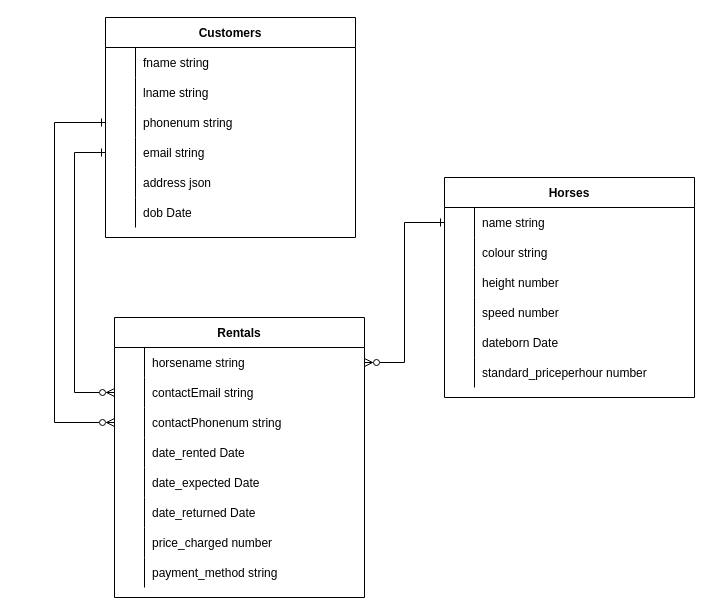
Above: erd.drawio in yashwantbist/DBS311 (draw.io), before the change. Source tidied: cells renumbered, new cells numbered last; positions are measured from the earlier drawing's top-left corner, leaving out a move shared by most shapes. Both pictures are drawn from the tidied source at 100%, with x=0, y=0 at pixel (54, 17).
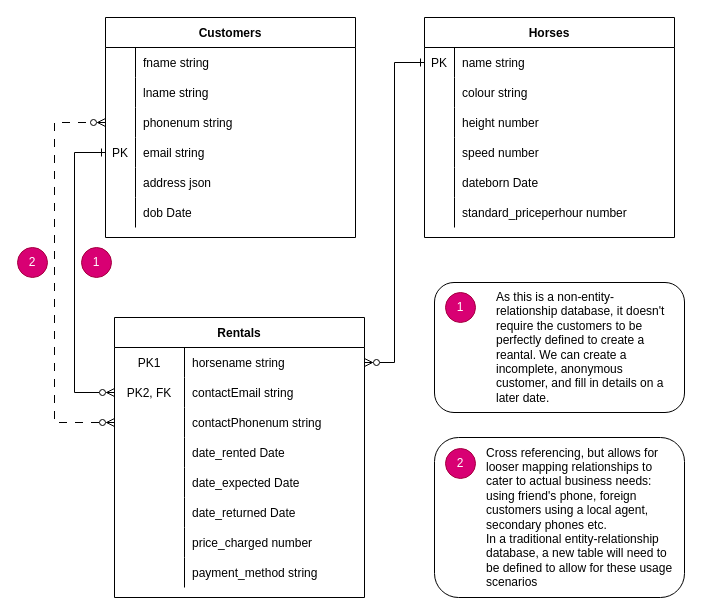
Above is the later version.

The change refers to these unchanged cells:
```xml
<mxCell id="3" style="shape=partialRectangle;fillColor=none;points=[[0,0.5],[1,0.5]];portConstraint=eastwest;top=0;left=0;right=0;bottom=0;" parent="2" vertex="1">
  <mxGeometry y="30" width="250" height="30" as="geometry" />
</mxCell>
<mxCell id="6" style="shape=partialRectangle;fillColor=none;points=[[0,0.5],[1,0.5]];portConstraint=eastwest;top=0;left=0;right=0;bottom=0;" parent="2" vertex="1">
  <mxGeometry y="60" width="250" height="30" as="geometry" />
</mxCell>
<mxCell id="9" style="shape=tableRow;horizontal=0;startSize=0;swimlaneHead=0;swimlaneBody=0;fillColor=none;points=[[0,0.5],[1,0.5]];portConstraint=eastwest;top=0;left=0;right=0;bottom=0;" parent="2" vertex="1">
  <mxGeometry y="90" width="250" height="30" as="geometry" />
</mxCell>
<mxCell id="12" style="shape=tableRow;horizontal=0;startSize=0;swimlaneHead=0;swimlaneBody=0;fillColor=none;top=0;left=0;right=0;bottom=0;" parent="2" vertex="1">
  <mxGeometry y="120" width="250" height="30" as="geometry" />
</mxCell>
<mxCell id="15" style="shape=tableRow;horizontal=0;startSize=0;swimlaneHead=0;swimlaneBody=0;fillColor=none;top=0;left=0;right=0;bottom=0;" parent="2" vertex="1">
  <mxGeometry y="150" width="250" height="30" as="geometry" />
</mxCell>
<mxCell id="18" style="shape=tableRow;horizontal=0;startSize=0;swimlaneHead=0;swimlaneBody=0;fillColor=none;top=0;left=0;right=0;bottom=0;" parent="2" vertex="1">
  <mxGeometry y="180" width="250" height="30" as="geometry" />
</mxCell>
<mxCell id="21" style="shape=tableRow;horizontal=0;startSize=0;swimlaneHead=0;swimlaneBody=0;fillColor=none;top=0;left=0;right=0;bottom=0;" parent="2" vertex="1">
  <mxGeometry y="210" width="250" height="30" as="geometry" />
</mxCell>
<mxCell id="24" style="shape=tableRow;horizontal=0;startSize=0;swimlaneHead=0;swimlaneBody=0;fillColor=none;top=0;left=0;right=0;bottom=0;" parent="2" vertex="1">
  <mxGeometry y="240" width="250" height="30" as="geometry" />
</mxCell>
<mxCell id="28" style="shape=partialRectangle;fillColor=none;points=[[0,0.5],[1,0.5]];portConstraint=eastwest;top=0;left=0;right=0;bottom=0;" parent="27" vertex="1">
  <mxGeometry y="30" width="250" height="30" as="geometry" />
</mxCell>
<mxCell id="53" style="shape=tableRow;horizontal=0;startSize=0;swimlaneHead=0;swimlaneBody=0;fillColor=none;points=[[0,0.5],[1,0.5]];portConstraint=eastwest;top=0;left=0;right=0;bottom=0;" parent="46" vertex="1">
  <mxGeometry y="90" width="250" height="30" as="geometry" />
</mxCell>
<mxCell id="56" style="shape=tableRow;horizontal=0;startSize=0;swimlaneHead=0;swimlaneBody=0;fillColor=none;points=[[0,0.5],[1,0.5]];portConstraint=eastwest;top=0;left=0;right=0;bottom=0;" parent="46" vertex="1">
  <mxGeometry y="120" width="250" height="30" as="geometry" />
</mxCell>
```

Change to the diagram source:
```diff
@@
-    <mxCell id="4" style="shape=partialRectangle;overflow=hidden;fillColor=none;top=0;left=0;bottom=0;right=0;" parent="3" vertex="1">
-      <mxGeometry width="30" height="30" as="geometry" />
+    <mxCell id="4" value="PK1" style="shape=partialRectangle;overflow=hidden;fillColor=none;top=0;left=0;bottom=0;right=0;" parent="3" vertex="1">
+      <mxGeometry width="70" height="30" as="geometry" />
     </mxCell>
     <mxCell id="5" value="horsename string" style="shape=partialRectangle;overflow=hidden;fillColor=none;top=0;left=0;bottom=0;right=0;align=left;spacingLeft=6;" parent="3" vertex="1">
-      <mxGeometry x="30" width="220" height="30" as="geometry" />
+      <mxGeometry x="70" width="180" height="30" as="geometry" />
     </mxCell>
@@
-    <mxCell id="7" style="shape=partialRectangle;overflow=hidden;fillColor=none;top=0;left=0;bottom=0;right=0;" parent="6" vertex="1">
-      <mxGeometry width="30" height="30" as="geometry" />
+    <mxCell id="7" value="PK2, FK" style="shape=partialRectangle;overflow=hidden;fillColor=none;top=0;left=0;bottom=0;right=0;" parent="6" vertex="1">
+      <mxGeometry width="70" height="30" as="geometry" />
     </mxCell>
     <mxCell id="8" value="contactEmail string" style="shape=partialRectangle;overflow=hidden;fillColor=none;top=0;left=0;bottom=0;right=0;align=left;spacingLeft=6;" parent="6" vertex="1">
-      <mxGeometry x="30" width="220" height="30" as="geometry" />
+      <mxGeometry x="70" width="180" height="30" as="geometry" />
     </mxCell>
@@
     <mxCell id="10" style="shape=partialRectangle;fillColor=none;top=0;left=0;bottom=0;right=0;overflow=hidden;" parent="9" vertex="1">
-      <mxGeometry width="30" height="30" as="geometry" />
+      <mxGeometry width="70" height="30" as="geometry" />
     </mxCell>
     <mxCell id="11" value="contactPhonenum string" style="shape=partialRectangle;fillColor=none;top=0;left=0;bottom=0;right=0;align=left;spacingLeft=6;overflow=hidden;" parent="9" vertex="1">
-      <mxGeometry x="30" width="220" height="30" as="geometry" />
+      <mxGeometry x="70" width="180" height="30" as="geometry" />
     </mxCell>
@@
     <mxCell id="13" style="shape=partialRectangle;fillColor=none;top=0;left=0;bottom=0;right=0;overflow=hidden;" parent="12" vertex="1">
-      <mxGeometry width="30" height="30" as="geometry" />
+      <mxGeometry width="70" height="30" as="geometry" />
     </mxCell>
     <mxCell id="14" value="date_rented Date" style="shape=partialRectangle;fillColor=none;top=0;left=0;bottom=0;right=0;align=left;spacingLeft=6;overflow=hidden;" parent="12" vertex="1">
-      <mxGeometry x="30" width="220" height="30" as="geometry" />
+      <mxGeometry x="70" width="180" height="30" as="geometry" />
     </mxCell>
@@
     <mxCell id="16" style="shape=partialRectangle;fillColor=none;top=0;left=0;bottom=0;right=0;overflow=hidden;" parent="15" vertex="1">
-      <mxGeometry width="30" height="30" as="geometry" />
+      <mxGeometry width="70" height="30" as="geometry" />
     </mxCell>
     <mxCell id="17" value="date_expected Date" style="shape=partialRectangle;fillColor=none;top=0;left=0;bottom=0;right=0;align=left;spacingLeft=6;overflow=hidden;" parent="15" vertex="1">
-      <mxGeometry x="30" width="220" height="30" as="geometry" />
+      <mxGeometry x="70" width="180" height="30" as="geometry" />
     </mxCell>
@@
     <mxCell id="19" style="shape=partialRectangle;fillColor=none;top=0;left=0;bottom=0;right=0;overflow=hidden;" parent="18" vertex="1">
-      <mxGeometry width="30" height="30" as="geometry" />
+      <mxGeometry width="70" height="30" as="geometry" />
     </mxCell>
     <mxCell id="20" value="date_returned Date" style="shape=partialRectangle;fillColor=none;top=0;left=0;bottom=0;right=0;align=left;spacingLeft=6;overflow=hidden;" parent="18" vertex="1">
-      <mxGeometry x="30" width="220" height="30" as="geometry" />
+      <mxGeometry x="70" width="180" height="30" as="geometry" />
     </mxCell>
@@
     <mxCell id="22" style="shape=partialRectangle;fillColor=none;top=0;left=0;bottom=0;right=0;overflow=hidden;" parent="21" vertex="1">
-      <mxGeometry width="30" height="30" as="geometry" />
+      <mxGeometry width="70" height="30" as="geometry" />
     </mxCell>
     <mxCell id="23" value="price_charged number" style="shape=partialRectangle;fillColor=none;top=0;left=0;bottom=0;right=0;align=left;spacingLeft=6;overflow=hidden;" parent="21" vertex="1">
-      <mxGeometry x="30" width="220" height="30" as="geometry" />
+      <mxGeometry x="70" width="180" height="30" as="geometry" />
     </mxCell>
@@
     <mxCell id="25" style="shape=partialRectangle;fillColor=none;top=0;left=0;bottom=0;right=0;overflow=hidden;" parent="24" vertex="1">
-      <mxGeometry width="30" height="30" as="geometry" />
+      <mxGeometry width="70" height="30" as="geometry" />
     </mxCell>
     <mxCell id="26" value="payment_method string" style="shape=partialRectangle;fillColor=none;top=0;left=0;bottom=0;right=0;align=left;spacingLeft=6;overflow=hidden;" parent="24" vertex="1">
-      <mxGeometry x="30" width="220" height="30" as="geometry" />
+      <mxGeometry x="70" width="180" height="30" as="geometry" />
     </mxCell>
     <mxCell id="27" value="Horses" style="shape=table;startSize=30;childLayout=tableLayout;rowLines=0;fontStyle=1;align=center;" parent="1" vertex="1">
-      <mxGeometry x="390" y="160" width="250" height="220" as="geometry" />
+      <mxGeometry x="370" width="250" height="220" as="geometry" />
     </mxCell>
@@
-    <mxCell id="29" style="shape=partialRectangle;overflow=hidden;fillColor=none;top=0;left=0;bottom=0;right=0;" parent="28" vertex="1">
+    <mxCell id="29" value="PK" style="shape=partialRectangle;overflow=hidden;fillColor=none;top=0;left=0;bottom=0;right=0;" parent="28" vertex="1">
       <mxGeometry width="30" height="30" as="geometry" />
     </mxCell>
@@
-    <mxCell id="57" style="shape=partialRectangle;fillColor=none;top=0;left=0;bottom=0;right=0;overflow=hidden;" parent="56" vertex="1">
+    <mxCell id="57" value="PK" style="shape=partialRectangle;fillColor=none;top=0;left=0;bottom=0;right=0;overflow=hidden;" parent="56" vertex="1">
       <mxGeometry width="30" height="30" as="geometry" />
     </mxCell>
@@
-    <mxCell id="67" style="edgeStyle=orthogonalEdgeStyle;rounded=0;jettySize=auto;html=1;startArrow=ERzeroToMany;startFill=0;endArrow=ERone;endFill=0;" parent="1" edge="1" source="9" target="53">
+    <mxCell id="67" style="edgeStyle=orthogonalEdgeStyle;rounded=0;jettySize=auto;html=1;startArrow=ERzeroToMany;startFill=0;endArrow=ERzeroToMany;endFill=0;dashed=1;dashPattern=8 8;" parent="1" edge="1" source="9" target="53">
       <mxGeometry relative="1" as="geometry">
         <Array as="points">
           <mxPoint y="405" />
           <mxPoint y="105" />
         </Array>
       </mxGeometry>
     </mxCell>
+    <mxCell id="68" value="1" style="ellipse;whiteSpace=wrap;html=1;fillColor=#d80073;fontColor=#ffffff;strokeColor=#A50040;" parent="1" vertex="1">
+      <mxGeometry x="27" y="230" width="30" height="30" as="geometry" />
+    </mxCell>
+    <mxCell id="69" style="rounded=1;whiteSpace=wrap;html=1;" parent="1" vertex="1">
+      <mxGeometry x="380" y="265" width="250" height="130" as="geometry" />
+    </mxCell>
+    <mxCell id="70" value="2" style="ellipse;whiteSpace=wrap;html=1;fillColor=#d80073;fontColor=#ffffff;strokeColor=#A50040;" parent="1" vertex="1">
+      <mxGeometry x="-37" y="230" width="30" height="30" as="geometry" />
+    </mxCell>
+    <mxCell id="71" value="1" style="ellipse;whiteSpace=wrap;html=1;fillColor=#d80073;fontColor=#ffffff;strokeColor=#A50040;" parent="1" vertex="1">
+      <mxGeometry x="391" y="275" width="30" height="30" as="geometry" />
+    </mxCell>
+    <mxCell id="72" style="rounded=1;whiteSpace=wrap;html=1;" parent="1" vertex="1">
+      <mxGeometry x="380" y="420" width="250" height="160" as="geometry" />
+    </mxCell>
+    <mxCell id="73" value="2" style="ellipse;whiteSpace=wrap;html=1;fillColor=#d80073;fontColor=#ffffff;strokeColor=#A50040;" parent="1" vertex="1">
+      <mxGeometry x="391" y="431" width="30" height="30" as="geometry" />
+    </mxCell>
+    <mxCell id="74" value="&lt;div align=&quot;left&quot;&gt;As this is a non-entity-relationship database, it doesn't require the customers to be perfectly defined to create a reantal. We can create a incomplete, anonymous customer, and fill in details on a later date.&lt;/div&gt;" style="rounded=0;whiteSpace=wrap;html=1;strokeColor=none;align=left;" parent="1" vertex="1">
+      <mxGeometry x="440" y="275" width="180" height="110" as="geometry" />
+    </mxCell>
+    <mxCell id="75" value="&lt;div align=&quot;left&quot;&gt;Cross referencing, but allows for looser mapping relationships to cater to actual business needs: using friend's phone, foreign customers using a local agent, secondary phones etc.&lt;/div&gt;&lt;div align=&quot;left&quot;&gt;In a traditional entity-relationship database, a new table will need to be defined to allow for these usage scenarios&lt;/div&gt;" style="rounded=0;whiteSpace=wrap;html=1;strokeColor=none;align=left;" parent="1" vertex="1">
+      <mxGeometry x="430" y="425" width="190" height="150" as="geometry" />
+    </mxCell>
```
